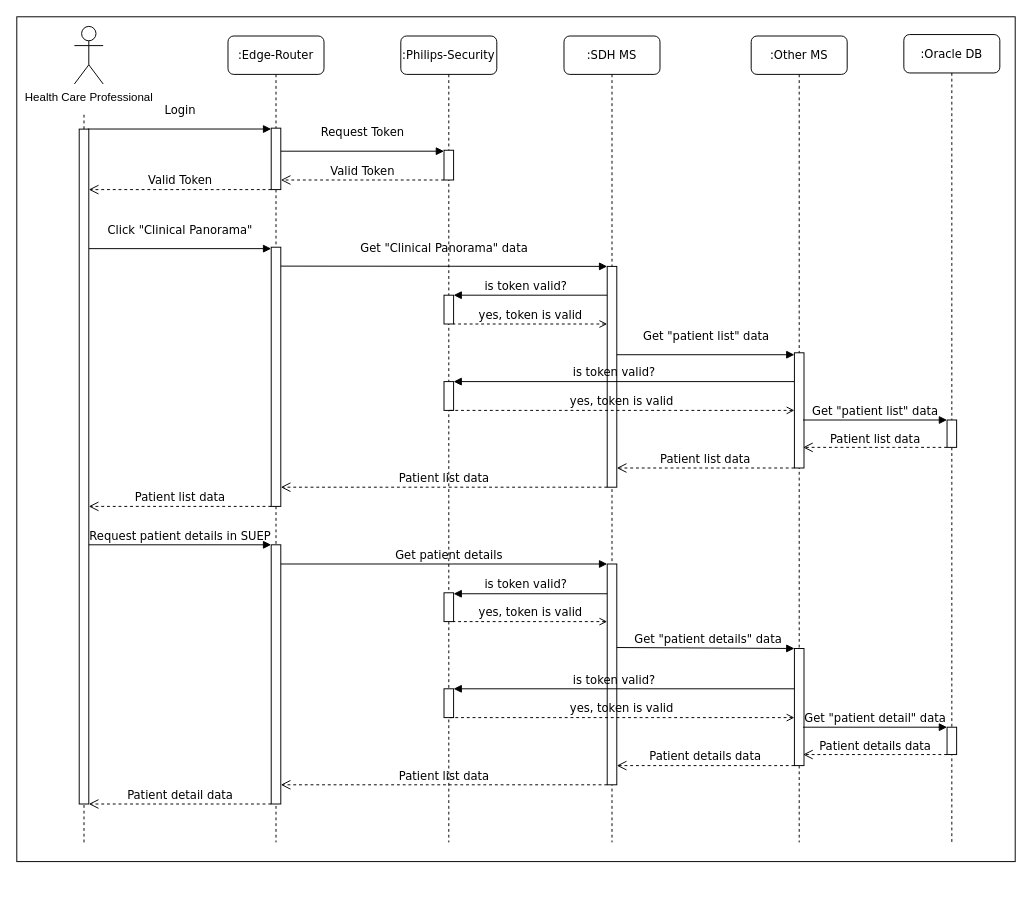
Above: VAC 1.0 - User access Patient List - Sequence Diagram.drawio in ez-philips/draw_io_diagrams (draw.io), before the change. Source tidied: cells renumbered, new cells numbered last; positions are measured from the earlier drawing's top-left corner, leaving out a move shared by most shapes. Both pictures are drawn from the tidied source at 96%, with x=0, y=0 at pixel (16, 16).
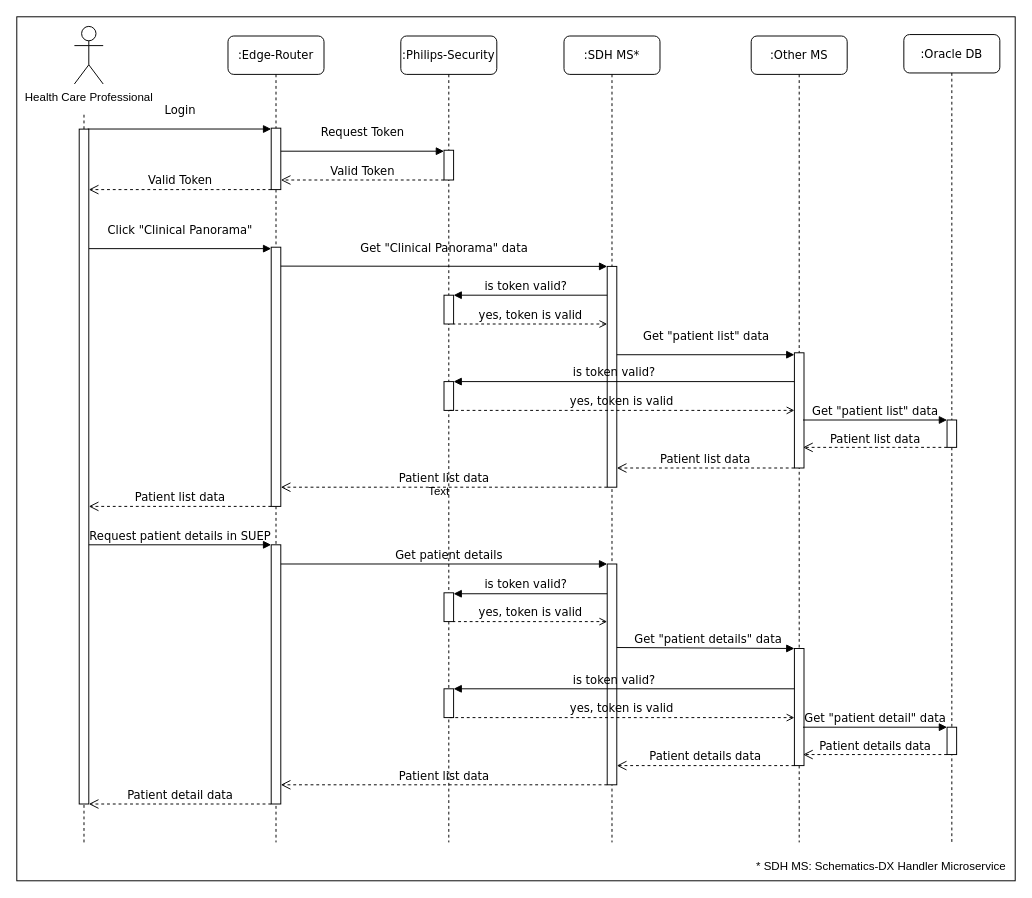
Above is the later version.

The edit, as a diff of the source:
```diff
@@
     <mxCell id="2" style="rounded=0;whiteSpace=wrap;html=1;" parent="1" vertex="1">
-      <mxGeometry width="1040" height="880" as="geometry" />
+      <mxGeometry width="1040" height="900" as="geometry" />
     </mxCell>
@@
-    <mxCell id="17" value=":SDH MS" style="shape=umlLifeline;perimeter=lifelinePerimeter;whiteSpace=wrap;html=1;rounded=1;shadow=0;comic=0;labelBackgroundColor=none;strokeWidth=1;fontFamily=Verdana;fontSize=12;align=center;" parent="1" vertex="1">
+    <mxCell id="17" value=":SDH MS*" style="shape=umlLifeline;perimeter=lifelinePerimeter;whiteSpace=wrap;html=1;rounded=1;shadow=0;comic=0;labelBackgroundColor=none;strokeWidth=1;fontFamily=Verdana;fontSize=12;align=center;" parent="1" vertex="1">
       <mxGeometry x="570" y="20" width="100" height="840" as="geometry" />
     </mxCell>
@@
+    <mxCell id="54" value="Text" style="text;html=1;align=center;verticalAlign=middle;whiteSpace=wrap;rounded=0;" parent="1" vertex="1">
+      <mxGeometry x="410" y="480" width="60" height="30" as="geometry" />
+    </mxCell>
+    <mxCell id="55" value="* SDH MS: Schematics-DX Handler Microservice" style="text;html=1;align=center;verticalAlign=middle;strokeColor=none;fillColor=none;" parent="1" vertex="1">
+      <mxGeometry x="760" y="870" width="280" height="30" as="geometry" />
+    </mxCell>
```
